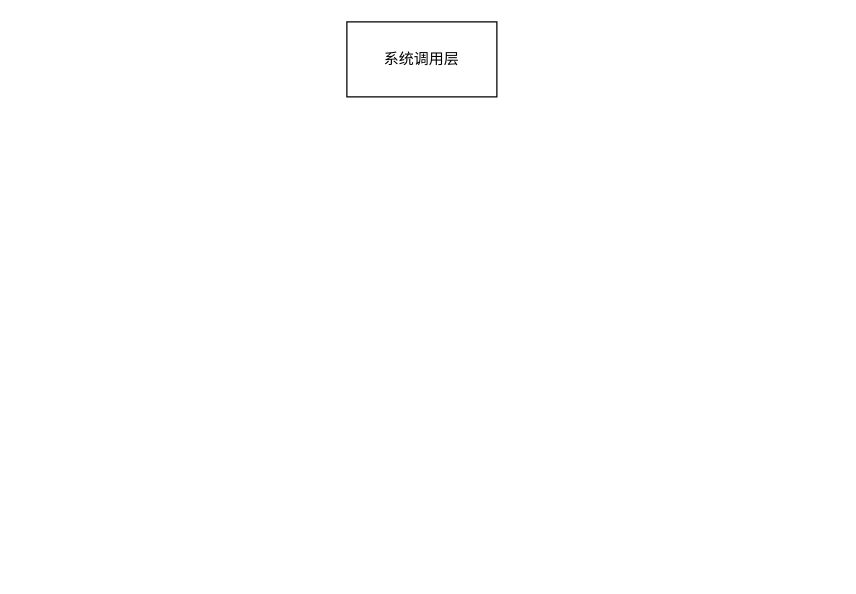
Before: 未命名绘图.drawio in CGSkill/DrawIo, a draw.io diagram. Source tidied: cells renumbered, new cells numbered last; positions are measured from the earlier drawing's top-left corner, leaving out a move shared by most shapes. Both pictures are drawn from the tidied source at 125%, with x=0, y=0 at pixel (346, 21).
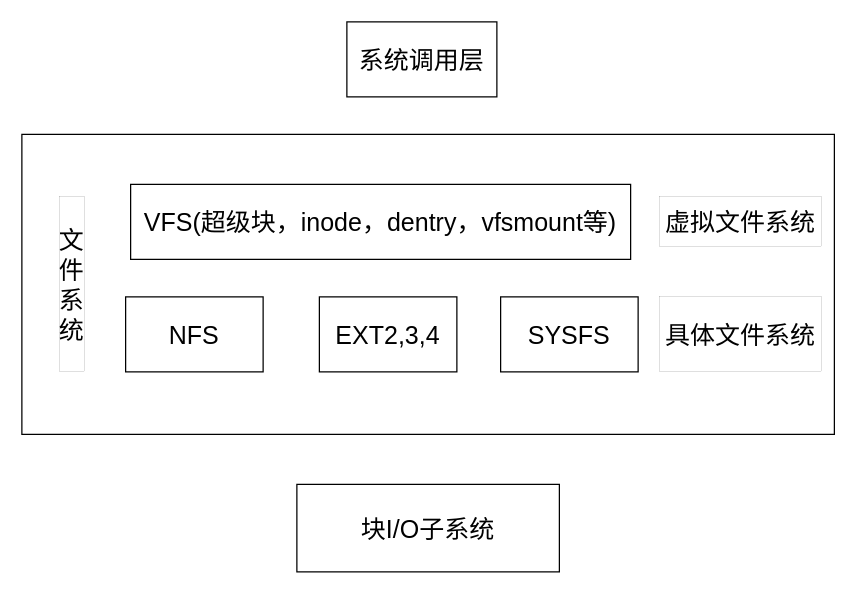
The same page after the edit.

The edit, as a diff of the source:
```diff
@@
 <mxGraphModel>
   <root>
     <mxCell id="0" />
     <mxCell id="1" parent="0" />
-    <mxCell id="2" value="系统调用层" style="rounded=0;whiteSpace=wrap;html=1;" parent="1" vertex="1">
+    <mxCell id="2" value="系统调用层" style="rounded=0;whiteSpace=wrap;html=1;fontSize=20;" parent="1" vertex="1">
       <mxGeometry width="120" height="60" as="geometry" />
     </mxCell>
+    <mxCell id="3" style="rounded=0;whiteSpace=wrap;html=1;fontSize=20;" parent="1" vertex="1">
+      <mxGeometry x="-260" y="90" width="650" height="240" as="geometry" />
+    </mxCell>
+    <mxCell id="4" value="文件系统" style="rounded=0;whiteSpace=wrap;html=1;rotation=0;fillColor=default;strokeWidth=0;fontSize=20;" parent="1" vertex="1">
+      <mxGeometry x="-230" y="140" width="20" height="140" as="geometry" />
+    </mxCell>
+    <mxCell id="5" value="VFS(超级块，inode，dentry，vfsmount等)" style="rounded=0;whiteSpace=wrap;html=1;fontSize=20;" parent="1" vertex="1">
+      <mxGeometry x="-173" y="130" width="400" height="60" as="geometry" />
+    </mxCell>
+    <mxCell id="6" value="NFS" style="rounded=0;whiteSpace=wrap;html=1;fontSize=20;" parent="1" vertex="1">
+      <mxGeometry x="-177" y="220" width="110" height="60" as="geometry" />
+    </mxCell>
+    <mxCell id="7" value="EXT2,3,4" style="rounded=0;whiteSpace=wrap;html=1;fontSize=20;" parent="1" vertex="1">
+      <mxGeometry x="-22" y="220" width="110" height="60" as="geometry" />
+    </mxCell>
+    <mxCell id="8" value="SYSFS" style="rounded=0;whiteSpace=wrap;html=1;fontSize=20;" parent="1" vertex="1">
+      <mxGeometry x="123" y="220" width="110" height="60" as="geometry" />
+    </mxCell>
+    <mxCell id="9" value="虚拟文件系统" style="rounded=0;whiteSpace=wrap;html=1;rotation=0;fillColor=default;strokeWidth=0;fontSize=20;" parent="1" vertex="1">
+      <mxGeometry x="250" y="140" width="130" height="40" as="geometry" />
+    </mxCell>
+    <mxCell id="10" value="具体文件系统" style="rounded=0;whiteSpace=wrap;html=1;rotation=0;fillColor=default;strokeWidth=0;fontSize=20;" parent="1" vertex="1">
+      <mxGeometry x="250" y="220" width="130" height="60" as="geometry" />
+    </mxCell>
+    <mxCell id="11" value="块I/O子系统" style="rounded=0;whiteSpace=wrap;html=1;fontSize=20;" parent="1" vertex="1">
+      <mxGeometry x="-40" y="370" width="210" height="70" as="geometry" />
+    </mxCell>
   </root>
 </mxGraphModel>
```
